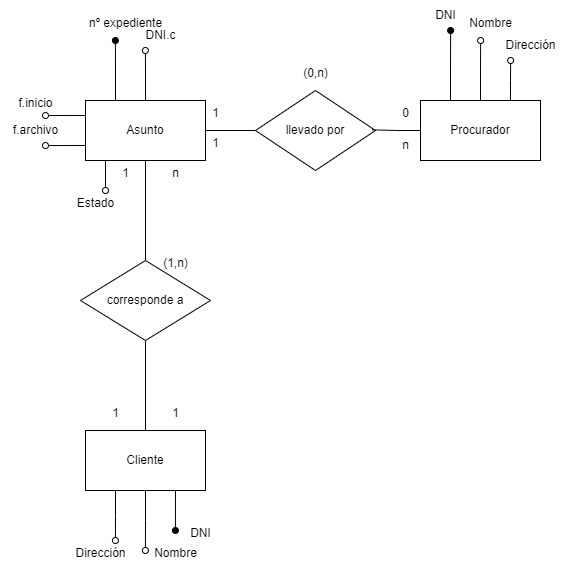
The draw.io diagram ejercicio1-abogados.drawio.png in bibifupi/Abril23, before a commit. Source tidied: cells renumbered, new cells last; positions are measured from the earlier drawing's top-left corner, leaving out a move shared by most shapes. Its diagram source:
```xml
<mxGraphModel>
  <root>
    <mxCell id="0" />
    <mxCell id="1" parent="0" />
    <mxCell id="2" style="edgeStyle=orthogonalEdgeStyle;rounded=0;jettySize=auto;html=1;exitX=1;exitY=0.5;exitDx=0;exitDy=0;entryX=0;entryY=0.5;entryDx=0;entryDy=0;endArrow=none;endFill=0;" parent="1" edge="1" source="8" target="20">
      <mxGeometry relative="1" as="geometry" />
    </mxCell>
    <mxCell id="3" style="edgeStyle=orthogonalEdgeStyle;rounded=0;jettySize=auto;html=1;exitX=0.25;exitY=0;exitDx=0;exitDy=0;endArrow=oval;endFill=1;" parent="1" edge="1" source="8">
      <mxGeometry relative="1" as="geometry">
        <mxPoint x="114.9" y="40" as="targetPoint" />
      </mxGeometry>
    </mxCell>
    <mxCell id="4" style="edgeStyle=orthogonalEdgeStyle;rounded=0;jettySize=auto;html=1;exitX=0.5;exitY=0;exitDx=0;exitDy=0;endArrow=oval;endFill=0;" parent="1" edge="1" source="8">
      <mxGeometry relative="1" as="geometry">
        <mxPoint x="144.9" y="50" as="targetPoint" />
      </mxGeometry>
    </mxCell>
    <mxCell id="5" style="edgeStyle=orthogonalEdgeStyle;rounded=0;jettySize=auto;html=1;exitX=0;exitY=0.25;exitDx=0;exitDy=0;endArrow=oval;endFill=0;" parent="1" edge="1" source="8">
      <mxGeometry relative="1" as="geometry">
        <mxPoint x="45" y="115" as="targetPoint" />
      </mxGeometry>
    </mxCell>
    <mxCell id="6" style="edgeStyle=orthogonalEdgeStyle;rounded=0;jettySize=auto;html=1;exitX=0;exitY=0.75;exitDx=0;exitDy=0;endArrow=oval;endFill=0;" parent="1" edge="1" source="8">
      <mxGeometry relative="1" as="geometry">
        <mxPoint x="45" y="145" as="targetPoint" />
      </mxGeometry>
    </mxCell>
    <mxCell id="7" style="edgeStyle=orthogonalEdgeStyle;rounded=0;jettySize=auto;html=1;exitX=0.25;exitY=1;exitDx=0;exitDy=0;endArrow=oval;endFill=0;" parent="1" edge="1" source="8">
      <mxGeometry relative="1" as="geometry">
        <mxPoint x="105" y="190" as="targetPoint" />
      </mxGeometry>
    </mxCell>
    <mxCell id="8" value="Asunto" style="rounded=0;whiteSpace=wrap;html=1;" parent="1" vertex="1">
      <mxGeometry x="85" y="100" width="120" height="60" as="geometry" />
    </mxCell>
    <mxCell id="9" style="rounded=0;jettySize=auto;html=1;exitX=0.75;exitY=1;exitDx=0;exitDy=0;endArrow=oval;endFill=1;" parent="1" edge="1" source="12">
      <mxGeometry relative="1" as="geometry">
        <mxPoint x="174.9" y="530" as="targetPoint" />
      </mxGeometry>
    </mxCell>
    <mxCell id="10" style="edgeStyle=orthogonalEdgeStyle;rounded=0;jettySize=auto;html=1;exitX=0.5;exitY=1;exitDx=0;exitDy=0;endArrow=oval;endFill=0;" parent="1" edge="1" source="12">
      <mxGeometry relative="1" as="geometry">
        <mxPoint x="144.9" y="550" as="targetPoint" />
      </mxGeometry>
    </mxCell>
    <mxCell id="11" style="edgeStyle=orthogonalEdgeStyle;rounded=0;jettySize=auto;html=1;exitX=0.25;exitY=1;exitDx=0;exitDy=0;endArrow=oval;endFill=0;" parent="1" edge="1" source="12">
      <mxGeometry relative="1" as="geometry">
        <mxPoint x="114.9" y="540" as="targetPoint" />
      </mxGeometry>
    </mxCell>
    <mxCell id="12" value="Cliente" style="rounded=0;whiteSpace=wrap;html=1;" parent="1" vertex="1">
      <mxGeometry x="85" y="430" width="120" height="60" as="geometry" />
    </mxCell>
    <mxCell id="13" style="edgeStyle=orthogonalEdgeStyle;rounded=0;jettySize=auto;html=1;exitX=0.5;exitY=1;exitDx=0;exitDy=0;entryX=0.5;entryY=0;entryDx=0;entryDy=0;endArrow=none;endFill=0;" parent="1" edge="1" source="15" target="12">
      <mxGeometry relative="1" as="geometry" />
    </mxCell>
    <mxCell id="14" style="edgeStyle=orthogonalEdgeStyle;rounded=0;jettySize=auto;html=1;exitX=0.5;exitY=0;exitDx=0;exitDy=0;endArrow=none;endFill=0;" parent="1" edge="1" source="15" target="8">
      <mxGeometry relative="1" as="geometry" />
    </mxCell>
    <mxCell id="15" value="corresponde a" style="rhombus;whiteSpace=wrap;html=1;" parent="1" vertex="1">
      <mxGeometry x="80" y="260" width="130" height="80" as="geometry" />
    </mxCell>
    <mxCell id="16" style="edgeStyle=orthogonalEdgeStyle;rounded=0;jettySize=auto;html=1;exitX=0.25;exitY=0;exitDx=0;exitDy=0;endArrow=oval;endFill=1;" parent="1" edge="1" source="19">
      <mxGeometry relative="1" as="geometry">
        <mxPoint x="450.1" y="30" as="targetPoint" />
      </mxGeometry>
    </mxCell>
    <mxCell id="17" style="edgeStyle=orthogonalEdgeStyle;rounded=0;jettySize=auto;html=1;exitX=0.5;exitY=0;exitDx=0;exitDy=0;endArrow=oval;endFill=0;" parent="1" edge="1" source="19">
      <mxGeometry relative="1" as="geometry">
        <mxPoint x="480.1" y="40" as="targetPoint" />
      </mxGeometry>
    </mxCell>
    <mxCell id="18" style="edgeStyle=orthogonalEdgeStyle;rounded=0;jettySize=auto;html=1;exitX=0.75;exitY=0;exitDx=0;exitDy=0;endArrow=oval;endFill=0;" parent="1" edge="1" source="19">
      <mxGeometry relative="1" as="geometry">
        <mxPoint x="510.1" y="60" as="targetPoint" />
      </mxGeometry>
    </mxCell>
    <mxCell id="19" value="Procurador" style="rounded=0;whiteSpace=wrap;html=1;" parent="1" vertex="1">
      <mxGeometry x="420" y="100" width="120" height="60" as="geometry" />
    </mxCell>
    <mxCell id="20" value="llevado por" style="rhombus;whiteSpace=wrap;html=1;" parent="1" vertex="1">
      <mxGeometry x="255" y="90" width="120" height="80" as="geometry" />
    </mxCell>
    <mxCell id="21" style="edgeStyle=orthogonalEdgeStyle;rounded=0;jettySize=auto;html=1;exitX=0;exitY=0.5;exitDx=0;exitDy=0;entryX=0.973;entryY=0.492;entryDx=0;entryDy=0;entryPerimeter=0;endArrow=none;endFill=0;" parent="1" edge="1" source="19" target="20">
      <mxGeometry relative="1" as="geometry" />
    </mxCell>
    <mxCell id="22" value="DNI" style="text;html=1;align=center;verticalAlign=middle;strokeColor=none;fillColor=none;" parent="1" vertex="1">
      <mxGeometry x="180" y="518" width="40" height="30" as="geometry" />
    </mxCell>
    <mxCell id="23" value="Nombre" style="text;html=1;align=center;verticalAlign=middle;strokeColor=none;fillColor=none;" parent="1" vertex="1">
      <mxGeometry x="140" y="538" width="70" height="30" as="geometry" />
    </mxCell>
    <mxCell id="24" value="Dirección" style="text;html=1;align=center;verticalAlign=middle;strokeColor=none;fillColor=none;" parent="1" vertex="1">
      <mxGeometry x="65" y="538" width="70" height="30" as="geometry" />
    </mxCell>
    <mxCell id="25" value="nº expediente" style="text;html=1;align=center;verticalAlign=middle;strokeColor=none;fillColor=none;" parent="1" vertex="1">
      <mxGeometry x="75" y="8" width="100" height="30" as="geometry" />
    </mxCell>
    <mxCell id="26" value="DNI.c" style="text;html=1;align=center;verticalAlign=middle;strokeColor=none;fillColor=none;" parent="1" vertex="1">
      <mxGeometry x="135" y="20" width="50" height="30" as="geometry" />
    </mxCell>
    <mxCell id="27" value="DNI" style="text;html=1;align=center;verticalAlign=middle;strokeColor=none;fillColor=none;" parent="1" vertex="1">
      <mxGeometry x="425" width="40" height="30" as="geometry" />
    </mxCell>
    <mxCell id="28" value="Nombre" style="text;html=1;align=center;verticalAlign=middle;strokeColor=none;fillColor=none;" parent="1" vertex="1">
      <mxGeometry x="455" y="8" width="70" height="30" as="geometry" />
    </mxCell>
    <mxCell id="29" value="Dirección" style="text;html=1;align=center;verticalAlign=middle;strokeColor=none;fillColor=none;" parent="1" vertex="1">
      <mxGeometry x="495" y="30" width="70" height="30" as="geometry" />
    </mxCell>
    <mxCell id="30" value="f.inicio" style="text;html=1;align=center;verticalAlign=middle;strokeColor=none;fillColor=none;" parent="1" vertex="1">
      <mxGeometry x="5" y="88" width="60" height="30" as="geometry" />
    </mxCell>
    <mxCell id="31" value="f.archivo" style="text;html=1;align=center;verticalAlign=middle;strokeColor=none;fillColor=none;" parent="1" vertex="1">
      <mxGeometry y="115" width="70" height="30" as="geometry" />
    </mxCell>
    <mxCell id="32" value="Estado" style="text;html=1;align=center;verticalAlign=middle;strokeColor=none;fillColor=none;" parent="1" vertex="1">
      <mxGeometry x="65" y="188" width="60" height="30" as="geometry" />
    </mxCell>
    <mxCell id="33" value="1" style="text;html=1;align=center;verticalAlign=middle;strokeColor=none;fillColor=none;" parent="1" vertex="1">
      <mxGeometry x="160" y="398" width="30" height="30" as="geometry" />
    </mxCell>
    <mxCell id="34" value="n" style="text;html=1;align=center;verticalAlign=middle;strokeColor=none;fillColor=none;" parent="1" vertex="1">
      <mxGeometry x="160" y="158" width="30" height="30" as="geometry" />
    </mxCell>
    <mxCell id="35" value="1" style="text;html=1;align=center;verticalAlign=middle;strokeColor=none;fillColor=none;" parent="1" vertex="1">
      <mxGeometry x="110" y="158" width="30" height="30" as="geometry" />
    </mxCell>
    <mxCell id="36" value="1" style="text;html=1;align=center;verticalAlign=middle;strokeColor=none;fillColor=none;" parent="1" vertex="1">
      <mxGeometry x="100" y="398" width="30" height="30" as="geometry" />
    </mxCell>
    <mxCell id="37" value="(1,n)" style="text;html=1;align=center;verticalAlign=middle;strokeColor=none;fillColor=none;" parent="1" vertex="1">
      <mxGeometry x="150" y="248" width="50" height="30" as="geometry" />
    </mxCell>
    <mxCell id="38" value="1" style="text;html=1;align=center;verticalAlign=middle;strokeColor=none;fillColor=none;" parent="1" vertex="1">
      <mxGeometry x="200" y="98" width="30" height="30" as="geometry" />
    </mxCell>
    <mxCell id="39" value="0" style="text;html=1;align=center;verticalAlign=middle;strokeColor=none;fillColor=none;" parent="1" vertex="1">
      <mxGeometry x="390" y="98" width="30" height="30" as="geometry" />
    </mxCell>
    <mxCell id="40" value="n" style="text;html=1;align=center;verticalAlign=middle;strokeColor=none;fillColor=none;" parent="1" vertex="1">
      <mxGeometry x="390" y="130" width="30" height="30" as="geometry" />
    </mxCell>
    <mxCell id="41" value="1" style="text;html=1;align=center;verticalAlign=middle;strokeColor=none;fillColor=none;" parent="1" vertex="1">
      <mxGeometry x="200" y="128" width="30" height="30" as="geometry" />
    </mxCell>
    <mxCell id="42" value="(0,n)" style="text;html=1;align=center;verticalAlign=middle;strokeColor=none;fillColor=none;" parent="1" vertex="1">
      <mxGeometry x="290" y="58" width="50" height="30" as="geometry" />
    </mxCell>
  </root>
</mxGraphModel>
```
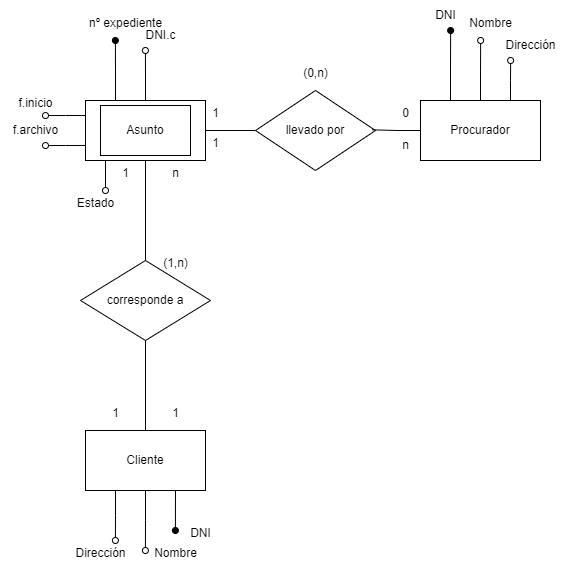
After the change.

Diff of the diagram source:
```diff
@@ -30,7 +30,7 @@
         <mxPoint x="105" y="190" as="targetPoint" />
       </mxGeometry>
     </mxCell>
-    <mxCell id="8" value="Asunto" style="rounded=0;whiteSpace=wrap;html=1;" parent="1" vertex="1">
+    <mxCell id="8" value="Asunto" style="rounded=0;whiteSpace=wrap;html=1;perimeterSpacing=0;gradientColor=none;" parent="1" vertex="1">
       <mxGeometry x="85" y="100" width="120" height="60" as="geometry" />
     </mxCell>
     <mxCell id="9" style="rounded=0;jettySize=auto;html=1;exitX=0.75;exitY=1;exitDx=0;exitDy=0;endArrow=oval;endFill=1;" parent="1" edge="1" source="12">
@@ -147,5 +147,8 @@
     <mxCell id="42" value="(0,n)" style="text;html=1;align=center;verticalAlign=middle;strokeColor=none;fillColor=none;" parent="1" vertex="1">
       <mxGeometry x="290" y="58" width="50" height="30" as="geometry" />
     </mxCell>
+    <mxCell id="43" style="rounded=0;whiteSpace=wrap;html=1;fillColor=none;" parent="1" vertex="1">
+      <mxGeometry x="100" y="105" width="90" height="50" as="geometry" />
+    </mxCell>
   </root>
 </mxGraphModel>
```
